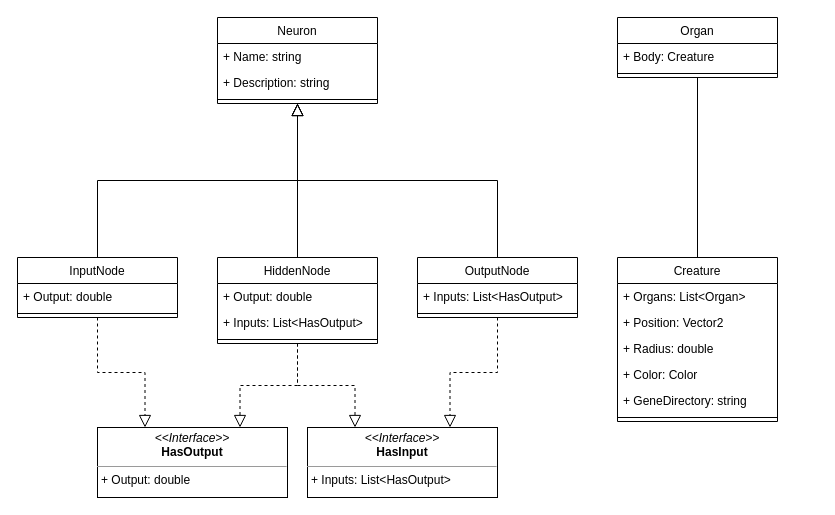
This is ClassDiagram.drawio from Exouxas/FosterScript.Core, a draw.io file, before an edit. Source tidied: cells renumbered, new cells numbered last; positions are measured from the earlier drawing's top-left corner, leaving out a move shared by most shapes. Both pictures are drawn from the tidied source at 100%, with x=0, y=0 at pixel (17, 17).
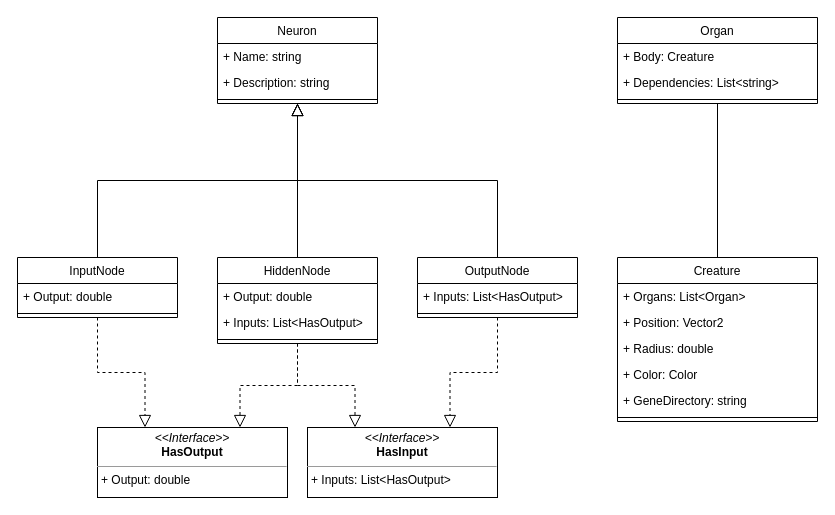
Above is the later version.

Diff of the diagram source:
```diff
@@
     <mxCell id="14" value="Organ" style="swimlane;fontStyle=0;align=center;verticalAlign=top;horizontal=1;startSize=26;rounded=0;shadow=0;strokeWidth=1;" parent="1" vertex="1">
-      <mxGeometry x="600" width="160" height="60" as="geometry" />
+      <mxGeometry x="600" width="200" height="86" as="geometry" />
     </mxCell>
     <mxCell id="15" value="+ Body: Creature" style="text;align=left;verticalAlign=top;spacingLeft=4;spacingRight=4;overflow=hidden;" parent="14" vertex="1">
-      <mxGeometry y="26" width="160" height="26" as="geometry" />
+      <mxGeometry y="26" width="200" height="26" as="geometry" />
     </mxCell>
+    <mxCell id="36" value="+ Dependencies: List&lt;string&gt;" style="text;align=left;verticalAlign=top;spacingLeft=4;spacingRight=4;overflow=hidden;" parent="14" vertex="1">
+      <mxGeometry y="52" width="200" height="26" as="geometry" />
+    </mxCell>
     <mxCell id="16" style="line;html=1;strokeWidth=1;align=left;verticalAlign=middle;spacingTop=-1;spacingLeft=3;spacingRight=3;labelPosition=right;" parent="14" vertex="1">
-      <mxGeometry y="52" width="160" height="8" as="geometry" />
+      <mxGeometry y="78" width="200" height="8" as="geometry" />
     </mxCell>
@@
     <mxCell id="18" value="Creature" style="swimlane;fontStyle=0;align=center;verticalAlign=top;horizontal=1;startSize=26;rounded=0;shadow=0;strokeWidth=1;" parent="1" vertex="1">
-      <mxGeometry x="600" y="240" width="160" height="164" as="geometry" />
+      <mxGeometry x="600" y="240" width="200" height="164" as="geometry" />
     </mxCell>
     <mxCell id="19" value="+ Organs: List&lt;Organ&gt;" style="text;align=left;verticalAlign=top;spacingLeft=4;spacingRight=4;overflow=hidden;" parent="18" vertex="1">
-      <mxGeometry y="26" width="160" height="26" as="geometry" />
+      <mxGeometry y="26" width="200" height="26" as="geometry" />
     </mxCell>
     <mxCell id="20" value="+ Position: Vector2" style="text;align=left;verticalAlign=top;spacingLeft=4;spacingRight=4;overflow=hidden;" parent="18" vertex="1">
-      <mxGeometry y="52" width="160" height="26" as="geometry" />
+      <mxGeometry y="52" width="200" height="26" as="geometry" />
     </mxCell>
     <mxCell id="21" value="+ Radius: double" style="text;align=left;verticalAlign=top;spacingLeft=4;spacingRight=4;overflow=hidden;" parent="18" vertex="1">
-      <mxGeometry y="78" width="160" height="26" as="geometry" />
+      <mxGeometry y="78" width="200" height="26" as="geometry" />
     </mxCell>
     <mxCell id="22" value="+ Color: Color" style="text;align=left;verticalAlign=top;spacingLeft=4;spacingRight=4;overflow=hidden;" parent="18" vertex="1">
-      <mxGeometry y="104" width="160" height="26" as="geometry" />
+      <mxGeometry y="104" width="200" height="26" as="geometry" />
     </mxCell>
     <mxCell id="23" value="+ GeneDirectory: string" style="text;align=left;verticalAlign=top;spacingLeft=4;spacingRight=4;overflow=hidden;" parent="18" vertex="1">
-      <mxGeometry y="130" width="160" height="26" as="geometry" />
+      <mxGeometry y="130" width="200" height="26" as="geometry" />
     </mxCell>
     <mxCell id="24" style="line;html=1;strokeWidth=1;align=left;verticalAlign=middle;spacingTop=-1;spacingLeft=3;spacingRight=3;labelPosition=right;" parent="18" vertex="1">
-      <mxGeometry y="156" width="160" height="8" as="geometry" />
+      <mxGeometry y="156" width="200" height="8" as="geometry" />
     </mxCell>
```
